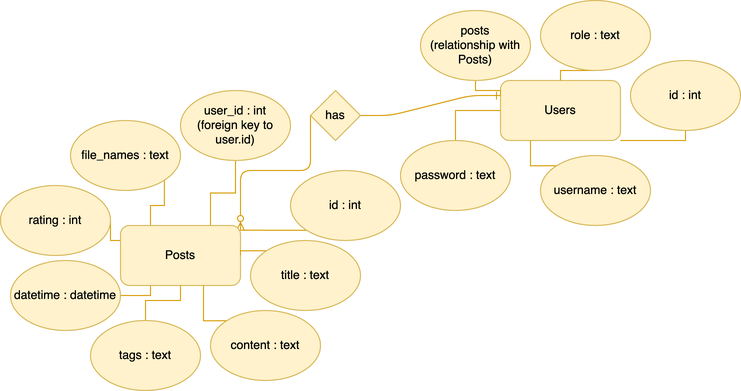
Before: assets/documentation/ER.png, a diagram exported from draw.io (Alsa2/g4). Source tidied: cells renumbered, new cells last; positions are measured from the earlier drawing's top-left corner, leaving out a move shared by most shapes.
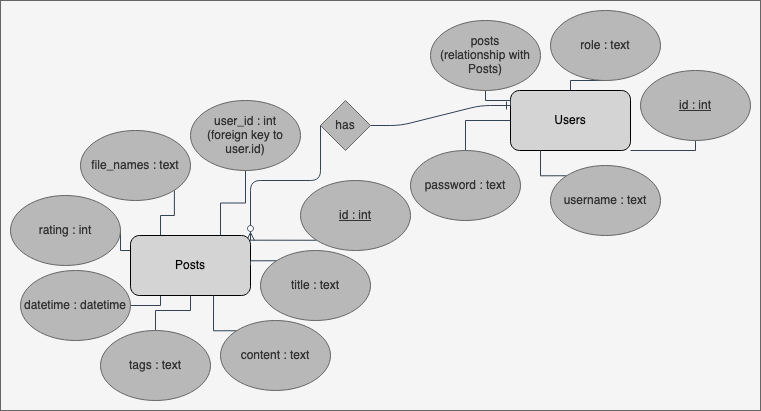
After the commit.

What changed in the source:
```diff
@@ -2,7 +2,10 @@
   <root>
     <mxCell id="0" />
     <mxCell id="1" parent="0" />
+    <mxCell id="33" style="rounded=0;whiteSpace=wrap;html=1;fillColor=#f5f5f5;fontColor=#333333;strokeColor=#666666;" parent="1" vertex="1">
+      <mxGeometry x="-10" y="-10" width="760" height="410" as="geometry" />
+    </mxCell>
-    <mxCell id="2" style="edgeStyle=elbowEdgeStyle;endArrow=ERzeroToMany;startArrow=none;endFill=1;startFill=0;exitX=0;exitY=0.5;exitDx=0;exitDy=0;elbow=vertical;fillColor=#ffe6cc;strokeColor=#d79b00;" parent="1" edge="1" source="32">
+    <mxCell id="2" style="edgeStyle=elbowEdgeStyle;endArrow=ERzeroToMany;startArrow=none;endFill=1;startFill=0;exitX=0;exitY=0.5;exitDx=0;exitDy=0;elbow=vertical;fillColor=#647687;strokeColor=#314354;labelBackgroundColor=none;" parent="1" edge="1" source="32">
       <mxGeometry relative="1" as="geometry">
         <mxPoint x="240" y="230" as="targetPoint" />
         <Array as="points">
@@ -10,101 +13,101 @@
         </Array>
       </mxGeometry>
     </mxCell>
-    <mxCell id="3" style="edgeStyle=orthogonalEdgeStyle;rounded=0;jettySize=auto;html=1;exitX=0.75;exitY=0;exitDx=0;exitDy=0;entryX=0.5;entryY=1;entryDx=0;entryDy=0;endArrow=none;endFill=0;fillColor=#ffe6cc;strokeColor=#d79b00;" parent="1" edge="1" source="7" target="19">
+    <mxCell id="3" style="edgeStyle=orthogonalEdgeStyle;rounded=0;jettySize=auto;html=1;exitX=0.75;exitY=0;exitDx=0;exitDy=0;entryX=0.5;entryY=1;entryDx=0;entryDy=0;endArrow=none;endFill=0;fillColor=#647687;strokeColor=#314354;labelBackgroundColor=none;" parent="1" edge="1" source="7" target="19">
       <mxGeometry relative="1" as="geometry" />
     </mxCell>
-    <mxCell id="4" style="edgeStyle=orthogonalEdgeStyle;rounded=0;jettySize=auto;html=1;exitX=0.25;exitY=0;exitDx=0;exitDy=0;entryX=1;entryY=1;entryDx=0;entryDy=0;endArrow=none;endFill=0;fillColor=#ffe6cc;strokeColor=#d79b00;" parent="1" edge="1" source="7" target="18">
+    <mxCell id="4" style="edgeStyle=orthogonalEdgeStyle;rounded=0;jettySize=auto;html=1;exitX=0.25;exitY=0;exitDx=0;exitDy=0;entryX=1;entryY=1;entryDx=0;entryDy=0;endArrow=none;endFill=0;fillColor=#647687;strokeColor=#314354;labelBackgroundColor=none;" parent="1" edge="1" source="7" target="18">
       <mxGeometry relative="1" as="geometry" />
     </mxCell>
-    <mxCell id="5" style="edgeStyle=orthogonalEdgeStyle;rounded=0;jettySize=auto;html=1;exitX=0;exitY=0.25;exitDx=0;exitDy=0;entryX=1;entryY=0.5;entryDx=0;entryDy=0;endArrow=none;endFill=0;fillColor=#ffe6cc;strokeColor=#d79b00;" parent="1" edge="1" source="7" target="17">
+    <mxCell id="5" style="edgeStyle=orthogonalEdgeStyle;rounded=0;jettySize=auto;html=1;exitX=0;exitY=0.25;exitDx=0;exitDy=0;entryX=1;entryY=0.5;entryDx=0;entryDy=0;endArrow=none;endFill=0;fillColor=#647687;strokeColor=#314354;labelBackgroundColor=none;" parent="1" edge="1" source="7" target="17">
       <mxGeometry relative="1" as="geometry" />
     </mxCell>
-    <mxCell id="6" style="edgeStyle=orthogonalEdgeStyle;rounded=0;jettySize=auto;html=1;exitX=0.25;exitY=1;exitDx=0;exitDy=0;entryX=1;entryY=0.5;entryDx=0;entryDy=0;endArrow=none;endFill=0;fillColor=#ffe6cc;strokeColor=#d79b00;" parent="1" edge="1" source="7" target="16">
+    <mxCell id="6" style="edgeStyle=orthogonalEdgeStyle;rounded=0;jettySize=auto;html=1;exitX=0.25;exitY=1;exitDx=0;exitDy=0;entryX=1;entryY=0.5;entryDx=0;entryDy=0;endArrow=none;endFill=0;fillColor=#647687;strokeColor=#314354;labelBackgroundColor=none;" parent="1" edge="1" source="7" target="16">
       <mxGeometry relative="1" as="geometry">
         <Array as="points">
           <mxPoint x="150" y="295" />
         </Array>
       </mxGeometry>
     </mxCell>
-    <mxCell id="7" value="Posts" style="rounded=1;whiteSpace=wrap;html=1;fillColor=#fff2cc;strokeColor=#d6b656;" parent="1" vertex="1">
+    <mxCell id="7" value="Posts" style="rounded=1;whiteSpace=wrap;html=1;fillColor=#D4D4D4;strokeColor=#000000;" parent="1" vertex="1">
       <mxGeometry x="120" y="225" width="120" height="60" as="geometry" />
     </mxCell>
-    <mxCell id="8" style="edgeStyle=orthogonalEdgeStyle;rounded=0;jettySize=auto;html=1;exitX=0;exitY=1;exitDx=0;exitDy=0;entryX=1;entryY=0;entryDx=0;entryDy=0;endArrow=none;endFill=0;fillColor=#ffe6cc;strokeColor=#d79b00;" parent="1" edge="1" source="9" target="7">
+    <mxCell id="8" style="edgeStyle=orthogonalEdgeStyle;rounded=0;jettySize=auto;html=1;exitX=0;exitY=1;exitDx=0;exitDy=0;entryX=1;entryY=0;entryDx=0;entryDy=0;endArrow=none;endFill=0;fillColor=#647687;strokeColor=#314354;labelBackgroundColor=none;" parent="1" edge="1" source="9" target="7">
       <mxGeometry relative="1" as="geometry">
         <Array as="points">
           <mxPoint x="240" y="230" />
         </Array>
       </mxGeometry>
     </mxCell>
-    <mxCell id="9" value="&lt;div&gt;id : int&lt;br&gt;&lt;/div&gt;" style="ellipse;whiteSpace=wrap;html=1;fillColor=#fff2cc;strokeColor=#d6b656;" parent="1" vertex="1">
+    <mxCell id="9" value="&lt;div&gt;&lt;u&gt;id : int&lt;i&gt;&lt;br&gt;&lt;/i&gt;&lt;/u&gt;&lt;/div&gt;" style="ellipse;whiteSpace=wrap;html=1;fillColor=#B8B8B8;strokeColor=#666666;labelBackgroundColor=none;fontColor=#333333;" parent="1" vertex="1">
       <mxGeometry x="290" y="170" width="110" height="70" as="geometry" />
     </mxCell>
-    <mxCell id="10" style="edgeStyle=orthogonalEdgeStyle;rounded=0;jettySize=auto;html=1;exitX=0;exitY=0;exitDx=0;exitDy=0;entryX=1;entryY=0.5;entryDx=0;entryDy=0;endArrow=none;endFill=0;fillColor=#ffe6cc;strokeColor=#d79b00;" parent="1" edge="1" source="11" target="7">
+    <mxCell id="10" style="edgeStyle=orthogonalEdgeStyle;rounded=0;jettySize=auto;html=1;exitX=0;exitY=0;exitDx=0;exitDy=0;entryX=1;entryY=0.5;entryDx=0;entryDy=0;endArrow=none;endFill=0;fillColor=#647687;strokeColor=#314354;labelBackgroundColor=none;" parent="1" edge="1" source="11" target="7">
       <mxGeometry relative="1" as="geometry" />
     </mxCell>
-    <mxCell id="11" value="&lt;div&gt;title : text&lt;br&gt;&lt;/div&gt;" style="ellipse;whiteSpace=wrap;html=1;fillColor=#fff2cc;strokeColor=#d6b656;" parent="1" vertex="1">
+    <mxCell id="11" value="&lt;div&gt;title : text&lt;br&gt;&lt;/div&gt;" style="ellipse;whiteSpace=wrap;html=1;fillColor=#B8B8B8;strokeColor=#666666;labelBackgroundColor=none;fontColor=#333333;" parent="1" vertex="1">
       <mxGeometry x="250" y="240" width="110" height="70" as="geometry" />
     </mxCell>
-    <mxCell id="12" style="edgeStyle=orthogonalEdgeStyle;rounded=0;jettySize=auto;html=1;exitX=0;exitY=0;exitDx=0;exitDy=0;entryX=0.692;entryY=1;entryDx=0;entryDy=0;entryPerimeter=0;endArrow=none;endFill=0;fillColor=#ffe6cc;strokeColor=#d79b00;" parent="1" edge="1" source="13" target="7">
+    <mxCell id="12" style="edgeStyle=orthogonalEdgeStyle;rounded=0;jettySize=auto;html=1;exitX=0;exitY=0;exitDx=0;exitDy=0;entryX=0.692;entryY=1;entryDx=0;entryDy=0;entryPerimeter=0;endArrow=none;endFill=0;fillColor=#647687;strokeColor=#314354;labelBackgroundColor=none;" parent="1" edge="1" source="13" target="7">
       <mxGeometry relative="1" as="geometry">
         <Array as="points">
           <mxPoint x="203" y="320" />
         </Array>
       </mxGeometry>
     </mxCell>
-    <mxCell id="13" value="&lt;div&gt;content : text&lt;br&gt;&lt;/div&gt;" style="ellipse;whiteSpace=wrap;html=1;fillColor=#fff2cc;strokeColor=#d6b656;" parent="1" vertex="1">
+    <mxCell id="13" value="&lt;div&gt;content : text&lt;br&gt;&lt;/div&gt;" style="ellipse;whiteSpace=wrap;html=1;fillColor=#B8B8B8;strokeColor=#666666;labelBackgroundColor=none;fontColor=#333333;" parent="1" vertex="1">
       <mxGeometry x="210" y="310" width="110" height="70" as="geometry" />
     </mxCell>
-    <mxCell id="14" style="edgeStyle=orthogonalEdgeStyle;rounded=0;jettySize=auto;html=1;exitX=0.5;exitY=0;exitDx=0;exitDy=0;entryX=0.5;entryY=1;entryDx=0;entryDy=0;endArrow=none;endFill=0;fillColor=#ffe6cc;strokeColor=#d79b00;" parent="1" edge="1" source="15" target="7">
+    <mxCell id="14" style="edgeStyle=orthogonalEdgeStyle;rounded=0;jettySize=auto;html=1;exitX=0.5;exitY=0;exitDx=0;exitDy=0;entryX=0.5;entryY=1;entryDx=0;entryDy=0;endArrow=none;endFill=0;fillColor=#647687;strokeColor=#314354;labelBackgroundColor=none;" parent="1" edge="1" source="15" target="7">
       <mxGeometry relative="1" as="geometry" />
     </mxCell>
-    <mxCell id="15" value="tags : text" style="ellipse;whiteSpace=wrap;html=1;fillColor=#fff2cc;strokeColor=#d6b656;" parent="1" vertex="1">
+    <mxCell id="15" value="tags : text" style="ellipse;whiteSpace=wrap;html=1;fillColor=#B8B8B8;strokeColor=#666666;labelBackgroundColor=none;fontColor=#333333;" parent="1" vertex="1">
       <mxGeometry x="90" y="320" width="110" height="70" as="geometry" />
     </mxCell>
-    <mxCell id="16" value="datetime : datetime" style="ellipse;whiteSpace=wrap;html=1;fillColor=#fff2cc;strokeColor=#d6b656;" parent="1" vertex="1">
+    <mxCell id="16" value="datetime : datetime" style="ellipse;whiteSpace=wrap;html=1;fillColor=#B8B8B8;strokeColor=#666666;labelBackgroundColor=none;fontColor=#333333;" parent="1" vertex="1">
       <mxGeometry x="10" y="260" width="110" height="70" as="geometry" />
     </mxCell>
-    <mxCell id="17" value="rating : int" style="ellipse;whiteSpace=wrap;html=1;fillColor=#fff2cc;strokeColor=#d6b656;" parent="1" vertex="1">
+    <mxCell id="17" value="rating : int" style="ellipse;whiteSpace=wrap;html=1;fillColor=#B8B8B8;strokeColor=#666666;labelBackgroundColor=none;fontColor=#333333;" parent="1" vertex="1">
       <mxGeometry y="185" width="110" height="70" as="geometry" />
     </mxCell>
-    <mxCell id="18" value="file_names : text" style="ellipse;whiteSpace=wrap;html=1;fillColor=#fff2cc;strokeColor=#d6b656;" parent="1" vertex="1">
+    <mxCell id="18" value="file_names : text" style="ellipse;whiteSpace=wrap;html=1;fillColor=#B8B8B8;strokeColor=#666666;labelBackgroundColor=none;fontColor=#333333;" parent="1" vertex="1">
       <mxGeometry x="70" y="120" width="110" height="70" as="geometry" />
     </mxCell>
-    <mxCell id="19" value="user_id : int&lt;br&gt;(foreign key to user.id) " style="ellipse;whiteSpace=wrap;html=1;fillColor=#fff2cc;strokeColor=#d6b656;" parent="1" vertex="1">
+    <mxCell id="19" value="user_id : int&lt;br&gt;(foreign key to user.id) " style="ellipse;whiteSpace=wrap;html=1;fillColor=#B8B8B8;strokeColor=#666666;labelBackgroundColor=none;fontColor=#333333;" parent="1" vertex="1">
       <mxGeometry x="180" y="90" width="110" height="70" as="geometry" />
     </mxCell>
-    <mxCell id="20" value="Users" style="rounded=1;whiteSpace=wrap;html=1;fillColor=#fff2cc;strokeColor=#d6b656;" parent="1" vertex="1">
+    <mxCell id="20" value="Users" style="rounded=1;whiteSpace=wrap;html=1;fillColor=#D4D4D4;strokeColor=#000000;" parent="1" vertex="1">
       <mxGeometry x="500" y="80" width="120" height="60" as="geometry" />
     </mxCell>
-    <mxCell id="21" style="edgeStyle=orthogonalEdgeStyle;rounded=0;jettySize=auto;html=1;exitX=0.5;exitY=1;exitDx=0;exitDy=0;entryX=1;entryY=1;entryDx=0;entryDy=0;endArrow=none;endFill=0;fillColor=#ffe6cc;strokeColor=#d79b00;" parent="1" edge="1" source="22" target="20">
+    <mxCell id="21" style="edgeStyle=orthogonalEdgeStyle;rounded=0;jettySize=auto;html=1;exitX=0.5;exitY=1;exitDx=0;exitDy=0;entryX=1;entryY=1;entryDx=0;entryDy=0;endArrow=none;endFill=0;fillColor=#647687;strokeColor=#314354;labelBackgroundColor=none;" parent="1" edge="1" source="22" target="20">
       <mxGeometry relative="1" as="geometry">
         <Array as="points">
           <mxPoint x="685" y="140" />
         </Array>
       </mxGeometry>
     </mxCell>
-    <mxCell id="22" value="&lt;div&gt;id : int&lt;br&gt;&lt;/div&gt;" style="ellipse;whiteSpace=wrap;html=1;fillColor=#fff2cc;strokeColor=#d6b656;" parent="1" vertex="1">
+    <mxCell id="22" value="&lt;div&gt;&lt;u&gt;id : int&lt;br&gt;&lt;/u&gt;&lt;/div&gt;" style="ellipse;whiteSpace=wrap;html=1;fillColor=#B8B8B8;strokeColor=#666666;labelBackgroundColor=none;fontColor=#333333;" parent="1" vertex="1">
       <mxGeometry x="630" y="60" width="110" height="70" as="geometry" />
     </mxCell>
-    <mxCell id="23" style="edgeStyle=orthogonalEdgeStyle;rounded=0;jettySize=auto;html=1;exitX=0;exitY=0;exitDx=0;exitDy=0;entryX=0.25;entryY=1;entryDx=0;entryDy=0;endArrow=none;endFill=0;fillColor=#ffe6cc;strokeColor=#d79b00;" parent="1" edge="1" source="24" target="20">
+    <mxCell id="23" style="edgeStyle=orthogonalEdgeStyle;rounded=0;jettySize=auto;html=1;exitX=0;exitY=0;exitDx=0;exitDy=0;entryX=0.25;entryY=1;entryDx=0;entryDy=0;endArrow=none;endFill=0;fillColor=#647687;strokeColor=#314354;labelBackgroundColor=none;" parent="1" edge="1" source="24" target="20">
       <mxGeometry relative="1" as="geometry" />
     </mxCell>
-    <mxCell id="24" value="username : text" style="ellipse;whiteSpace=wrap;html=1;fillColor=#fff2cc;strokeColor=#d6b656;" parent="1" vertex="1">
+    <mxCell id="24" value="username : text" style="ellipse;whiteSpace=wrap;html=1;fillColor=#B8B8B8;strokeColor=#666666;labelBackgroundColor=none;fontColor=#333333;" parent="1" vertex="1">
       <mxGeometry x="540" y="155" width="110" height="70" as="geometry" />
     </mxCell>
-    <mxCell id="25" style="edgeStyle=orthogonalEdgeStyle;rounded=0;jettySize=auto;html=1;exitX=0.5;exitY=0;exitDx=0;exitDy=0;entryX=0;entryY=0.5;entryDx=0;entryDy=0;endArrow=none;endFill=0;fillColor=#ffe6cc;strokeColor=#d79b00;" parent="1" edge="1" source="26" target="20">
+    <mxCell id="25" style="edgeStyle=orthogonalEdgeStyle;rounded=0;jettySize=auto;html=1;exitX=0.5;exitY=0;exitDx=0;exitDy=0;entryX=0;entryY=0.5;entryDx=0;entryDy=0;endArrow=none;endFill=0;fillColor=#647687;strokeColor=#314354;labelBackgroundColor=none;" parent="1" edge="1" source="26" target="20">
       <mxGeometry relative="1" as="geometry" />
     </mxCell>
-    <mxCell id="26" value="password : text" style="ellipse;whiteSpace=wrap;html=1;fillColor=#fff2cc;strokeColor=#d6b656;" parent="1" vertex="1">
+    <mxCell id="26" value="password : text" style="ellipse;whiteSpace=wrap;html=1;fillColor=#B8B8B8;strokeColor=#666666;labelBackgroundColor=none;fontColor=#333333;" parent="1" vertex="1">
       <mxGeometry x="400" y="140" width="110" height="70" as="geometry" />
     </mxCell>
-    <mxCell id="27" style="edgeStyle=orthogonalEdgeStyle;rounded=0;jettySize=auto;html=1;exitX=0.5;exitY=1;exitDx=0;exitDy=0;entryX=0.5;entryY=0;entryDx=0;entryDy=0;endArrow=none;endFill=0;fillColor=#ffe6cc;strokeColor=#d79b00;" parent="1" edge="1" source="28" target="20">
+    <mxCell id="27" style="edgeStyle=orthogonalEdgeStyle;rounded=0;jettySize=auto;html=1;exitX=0.5;exitY=1;exitDx=0;exitDy=0;entryX=0.5;entryY=0;entryDx=0;entryDy=0;endArrow=none;endFill=0;fillColor=#647687;strokeColor=#314354;labelBackgroundColor=none;" parent="1" edge="1" source="28" target="20">
       <mxGeometry relative="1" as="geometry" />
     </mxCell>
-    <mxCell id="28" value="role : text" style="ellipse;whiteSpace=wrap;html=1;fillColor=#fff2cc;strokeColor=#d6b656;" parent="1" vertex="1">
+    <mxCell id="28" value="role : text" style="ellipse;whiteSpace=wrap;html=1;fillColor=#B8B8B8;strokeColor=#666666;labelBackgroundColor=none;fontColor=#333333;" parent="1" vertex="1">
       <mxGeometry x="540" width="110" height="70" as="geometry" />
     </mxCell>
-    <mxCell id="29" style="edgeStyle=orthogonalEdgeStyle;rounded=0;jettySize=auto;html=1;exitX=0.5;exitY=1;exitDx=0;exitDy=0;entryX=0;entryY=0.25;entryDx=0;entryDy=0;endArrow=none;endFill=0;fillColor=#ffe6cc;strokeColor=#d79b00;" parent="1" edge="1" source="30" target="20">
+    <mxCell id="29" style="edgeStyle=orthogonalEdgeStyle;rounded=0;jettySize=auto;html=1;exitX=0.5;exitY=1;exitDx=0;exitDy=0;entryX=0;entryY=0.25;entryDx=0;entryDy=0;endArrow=none;endFill=0;fillColor=#647687;strokeColor=#314354;labelBackgroundColor=none;" parent="1" edge="1" source="30" target="20">
       <mxGeometry relative="1" as="geometry">
         <Array as="points">
           <mxPoint x="475" y="90" />
@@ -112,13 +115,13 @@
         </Array>
       </mxGeometry>
     </mxCell>
-    <mxCell id="30" value="&lt;div&gt;posts &lt;br&gt;&lt;/div&gt;&lt;div&gt;(relationship with Posts)&lt;/div&gt;" style="ellipse;whiteSpace=wrap;html=1;fillColor=#fff2cc;strokeColor=#d6b656;" parent="1" vertex="1">
+    <mxCell id="30" value="&lt;div&gt;posts &lt;br&gt;&lt;/div&gt;&lt;div&gt;(relationship with Posts)&lt;/div&gt;" style="ellipse;whiteSpace=wrap;html=1;fillColor=#B8B8B8;strokeColor=#666666;labelBackgroundColor=none;fontColor=#333333;" parent="1" vertex="1">
       <mxGeometry x="420" y="10" width="110" height="70" as="geometry" />
     </mxCell>
-    <mxCell id="31" style="edgeStyle=entityRelationEdgeStyle;endArrow=none;startArrow=ERone;endFill=0;startFill=0;exitX=0;exitY=0.25;exitDx=0;exitDy=0;entryX=1;entryY=0.5;entryDx=0;entryDy=0;fillColor=#ffe6cc;strokeColor=#d79b00;" parent="1" edge="1" source="20" target="32">
+    <mxCell id="31" style="edgeStyle=entityRelationEdgeStyle;endArrow=none;startArrow=ERone;endFill=0;startFill=0;exitX=0;exitY=0.25;exitDx=0;exitDy=0;entryX=1;entryY=0.5;entryDx=0;entryDy=0;fillColor=#647687;strokeColor=#314354;labelBackgroundColor=none;" parent="1" edge="1" source="20" target="32">
       <mxGeometry relative="1" as="geometry" />
     </mxCell>
-    <mxCell id="32" value="has" style="rhombus;whiteSpace=wrap;html=1;fillColor=#fff2cc;strokeColor=#d6b656;" parent="1" vertex="1">
+    <mxCell id="32" value="has" style="rhombus;whiteSpace=wrap;html=1;fillColor=#B8B8B8;strokeColor=#666666;labelBackgroundColor=none;fontColor=#333333;" parent="1" vertex="1">
       <mxGeometry x="310" y="90" width="50" height="50" as="geometry" />
     </mxCell>
   </root>
```
